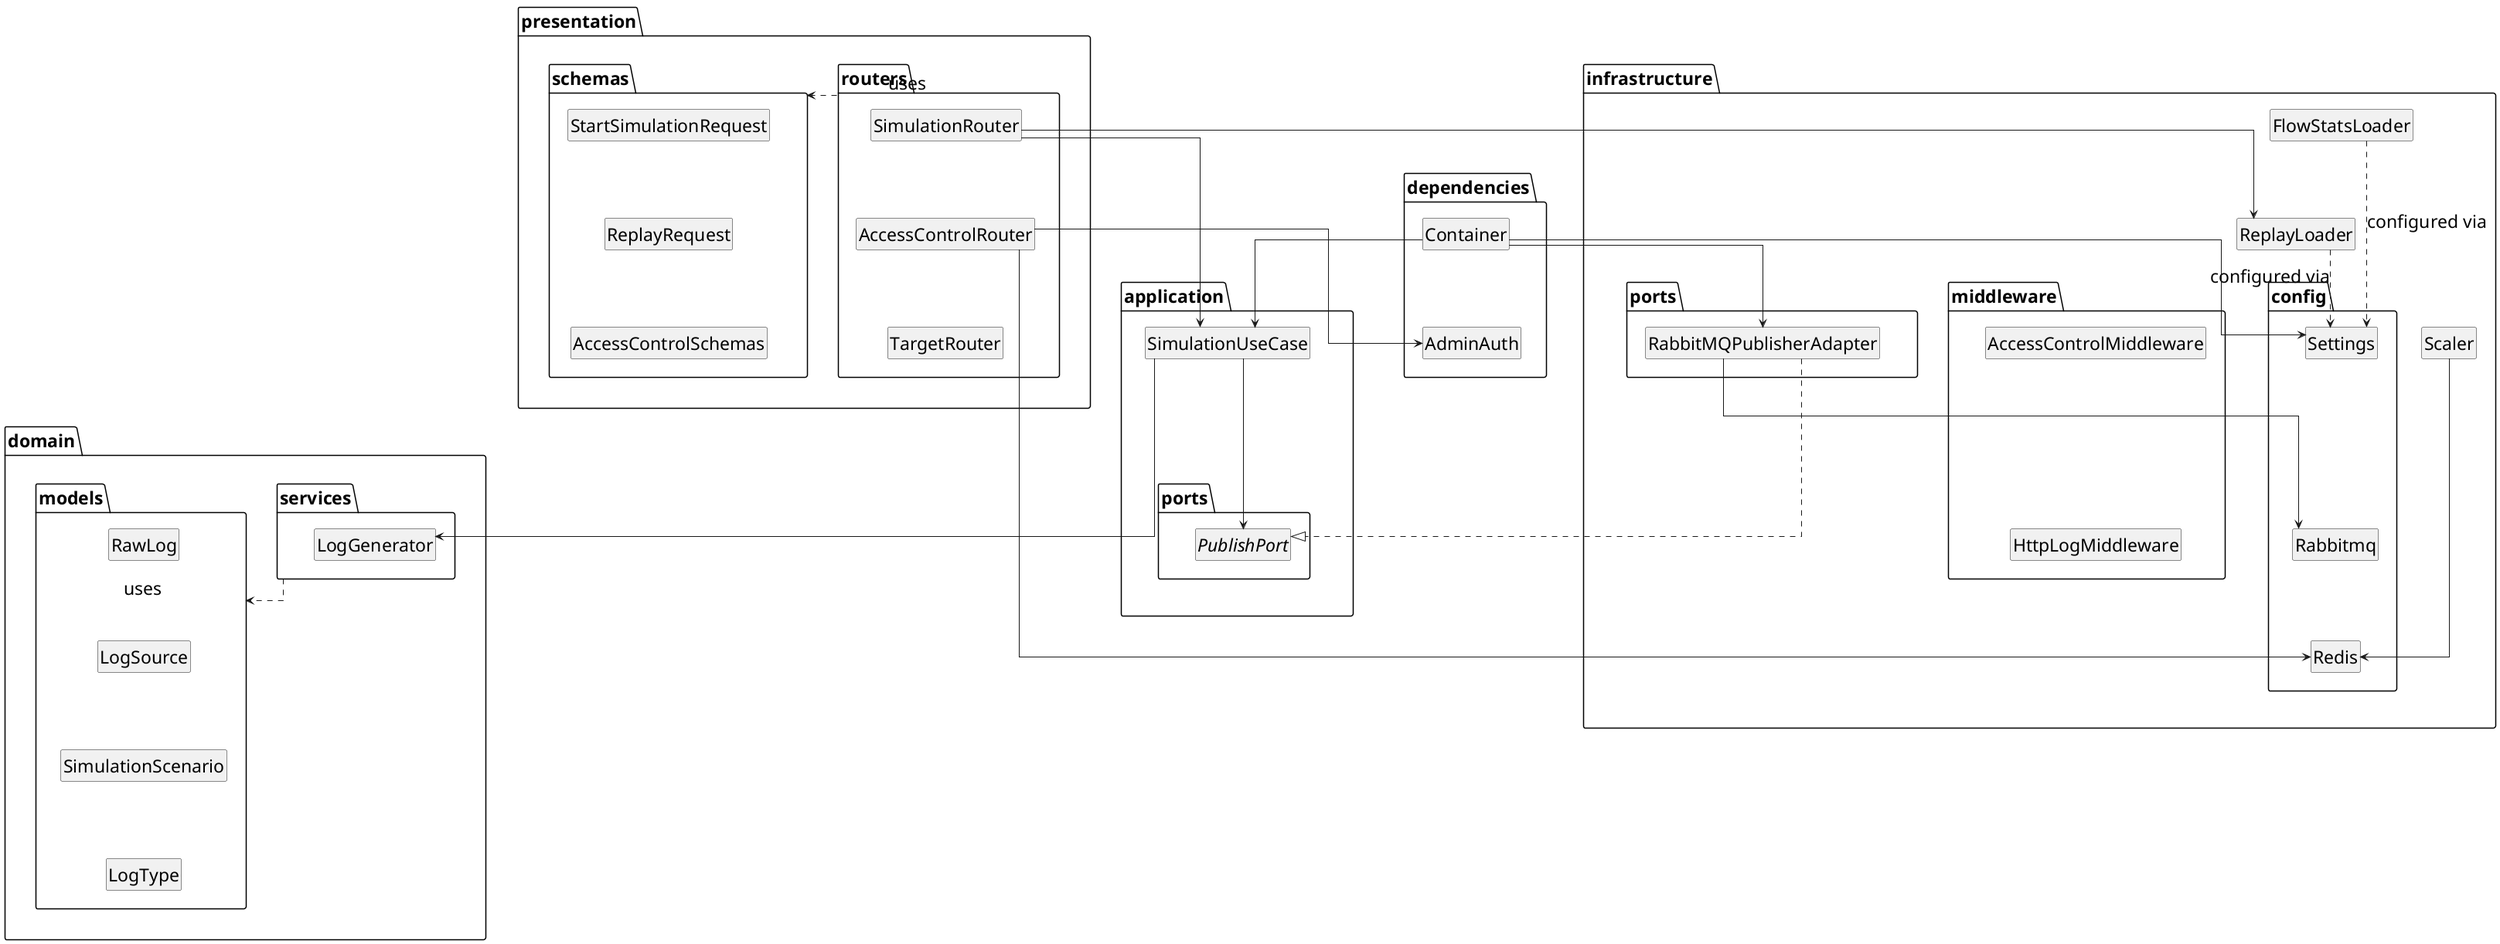
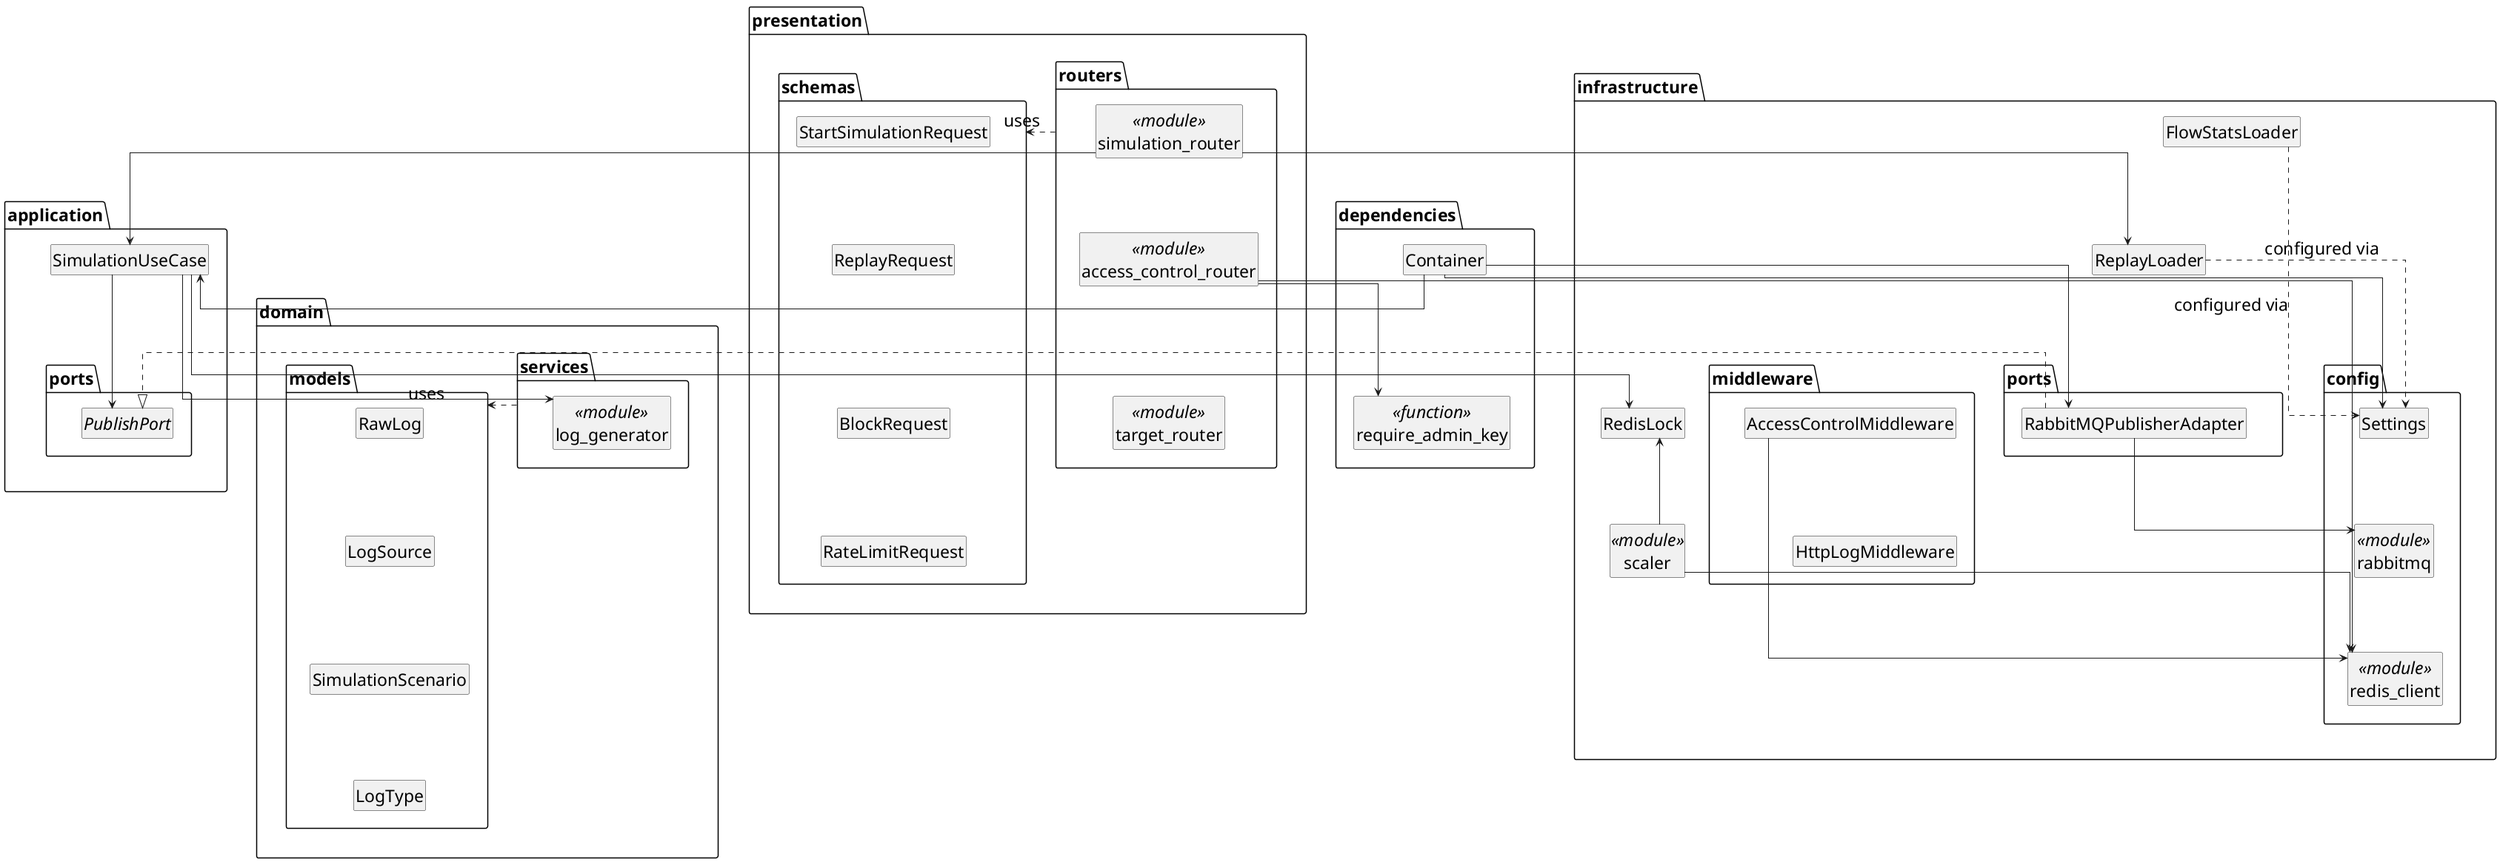
@startuml simulation
top to bottom direction

skinparam packageStyle folder
skinparam linetype ortho
skinparam ranksep 100
skinparam nodesep 40
skinparam DefaultFontSize 23

hide circle
hide empty members

' ---- Layout / Together groups ----
together {
  package "domain.services" {
-     class LogGenerator
+     class "log_generator" as LogGenerator <<module>>
  }

  package "domain.models" {
    class RawLog
    class LogSource
    class SimulationScenario
    class LogType

    RawLog -[hidden]down- LogSource
    LogSource -[hidden]down- SimulationScenario
    SimulationScenario -[hidden]down- LogType
  }
}

together {
  package application {
    class SimulationUseCase
  }

  package "application.ports" {
    interface PublishPort
  }
}

together {
  package "presentation.routers" {
-     class SimulationRouter
-     class AccessControlRouter
-     class TargetRouter
+     class "simulation_router" as SimulationRouter <<module>>
+     class "access_control_router" as AccessControlRouter <<module>>
+     class "target_router" as TargetRouter <<module>>

    SimulationRouter -[hidden]down- AccessControlRouter
    AccessControlRouter -[hidden]down- TargetRouter
  }

  package "presentation.schemas" {
    class StartSimulationRequest
    class ReplayRequest
-     class AccessControlSchemas
+     class BlockRequest
+     class RateLimitRequest

    StartSimulationRequest -[hidden]down- ReplayRequest
-     ReplayRequest -[hidden]down- AccessControlSchemas
+     ReplayRequest -[hidden]down- BlockRequest
+     BlockRequest -[hidden]down- RateLimitRequest
  }
}

together {
  package "infrastructure.ports" {
    class RabbitMQPublisherAdapter
  }

  package "infrastructure.middleware" {
    class AccessControlMiddleware
    class HttpLogMiddleware

    AccessControlMiddleware -[hidden]down- HttpLogMiddleware
  }
}

together {
  package infrastructure {
    class FlowStatsLoader
    class ReplayLoader
-     class Scaler
+     class RedisLock
+     class "scaler" as Scaler <<module>>

    FlowStatsLoader -[hidden]down- ReplayLoader
-     ReplayLoader -[hidden]down- Scaler
+     ReplayLoader -[hidden]down- RedisLock
+     RedisLock -[hidden]down- Scaler
  }

  package "infrastructure.config" {
    class Settings
-     class Rabbitmq
-     class Redis
+     class "rabbitmq" as Rabbitmq <<module>>
+     class "redis_client" as Redis <<module>>

    Settings -[hidden]down- Rabbitmq
    Rabbitmq -[hidden]down- Redis
  }
}

together {
  package dependencies {
    class Container
-     class AdminAuth
+     class "require_admin_key" as AdminAuth <<function>>

    Container -[hidden]down- AdminAuth
  }
}

' ---- Layer Order ----
"domain.services" -[hidden]down- application
application -[hidden]down- "presentation.routers"
"presentation.routers" -[hidden]down- "infrastructure.ports"
"infrastructure.ports" -[hidden]down- infrastructure
infrastructure -[hidden]down- dependencies

"domain.services" -[hidden]right- "domain.models"
application -[hidden]right- "application.ports"
"presentation.routers" -[hidden]right- "presentation.schemas"
"infrastructure.ports" -[hidden]right- "infrastructure.middleware"
infrastructure -[hidden]right- "infrastructure.config"

' ---- presentation ----
SimulationRouter --> SimulationUseCase
SimulationRouter --> ReplayLoader
AccessControlRouter --> AdminAuth
"presentation.routers" ..> "presentation.schemas" : uses

' ---- application ----
SimulationUseCase --> PublishPort
SimulationUseCase --> LogGenerator
+ SimulationUseCase --> RedisLock

' ---- domain ----
"domain.services" ..> "domain.models" : uses

' ---- infrastructure adapters ----
RabbitMQPublisherAdapter ..|> PublishPort

' ---- infrastructure -> config ----
RabbitMQPublisherAdapter --> Rabbitmq
AccessControlRouter --> Redis
+ AccessControlMiddleware --> Redis
FlowStatsLoader ..> Settings : configured via
ReplayLoader ..> Settings : configured via
Scaler --> Redis
+ Scaler --> RedisLock

' ---- DI container wiring ----
Container --> SimulationUseCase
Container --> RabbitMQPublisherAdapter
Container --> Settings

@enduml
